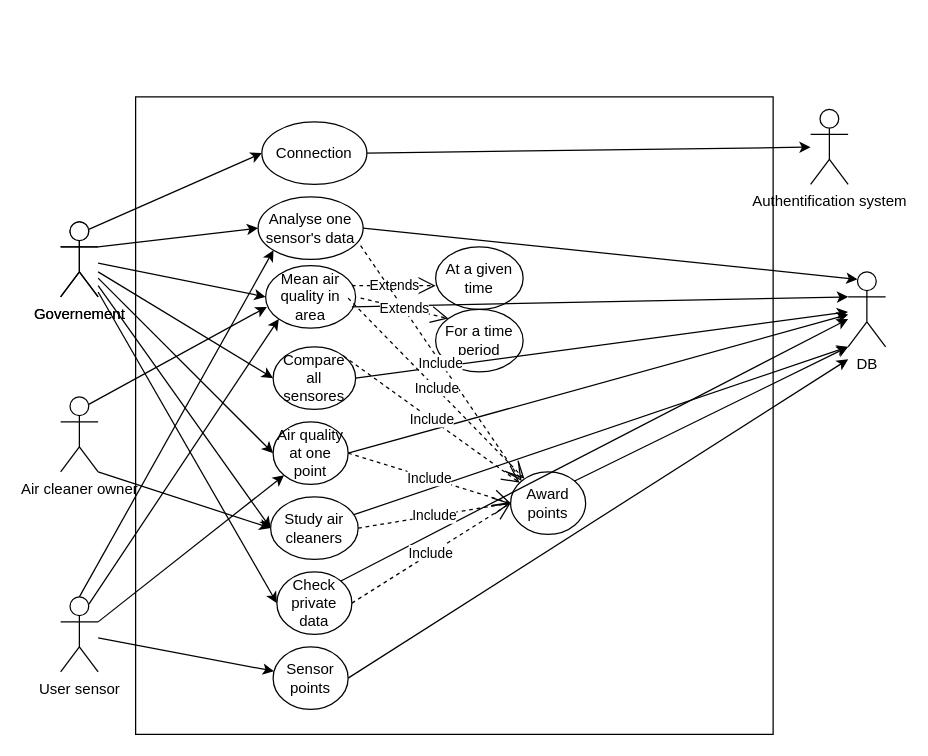
Earlier version of the draw.io diagram use case diagram.drawio (jimmywengzj/GL-TP). Source tidied: cells renumbered, new cells numbered last; positions are measured from the earlier drawing's top-left corner, leaving out a move shared by most shapes. Both pictures are drawn from the tidied source at 125%, with x=0, y=0 at pixel (60, 96).
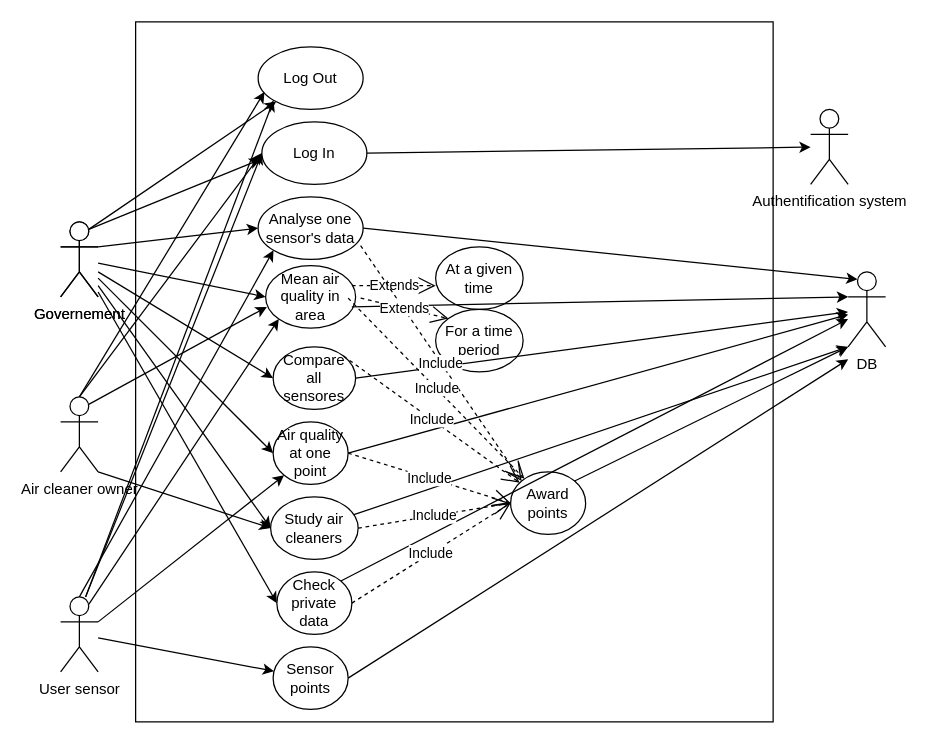
After the change.

The change refers to these unchanged cells:
```xml
<mxCell id="3" value="Governement" style="shape=umlActor;verticalLabelPosition=bottom;verticalAlign=top;html=1;outlineConnect=0;" parent="1" vertex="1">
  <mxGeometry y="100" width="30" height="60" as="geometry" />
</mxCell>
<mxCell id="40" value="Governement" style="shape=umlActor;verticalLabelPosition=bottom;verticalAlign=top;html=1;outlineConnect=0;" parent="1" vertex="1">
  <mxGeometry y="100" width="30" height="60" as="geometry" />
</mxCell>
<mxCell id="41" value="Air cleaner owner" style="shape=umlActor;verticalLabelPosition=bottom;verticalAlign=top;html=1;outlineConnect=0;" parent="1" vertex="1">
  <mxGeometry y="240" width="30" height="60" as="geometry" />
</mxCell>
```

Change to the diagram source:
```diff
@@
-    <mxCell id="2" style="whiteSpace=wrap;html=1;" parent="1" vertex="1">
-      <mxGeometry x="60" width="510" height="510" as="geometry" />
-    </mxCell>
+    <mxCell id="50" style="rounded=0;whiteSpace=wrap;html=1;" parent="1" vertex="1">
+      <mxGeometry x="60" y="-60" width="510" height="560" as="geometry" />
+    </mxCell>
@@
-    <mxCell id="35" value="Connection" style="ellipse;whiteSpace=wrap;html=1;" parent="1" vertex="1">
+    <mxCell id="35" value="Log In" style="ellipse;whiteSpace=wrap;html=1;" parent="1" vertex="1">
       <mxGeometry x="161" y="20" width="84" height="50" as="geometry" />
     </mxCell>
-    <mxCell id="36" style="endArrow=classic;html=1;rounded=0;exitX=0.75;exitY=0.1;exitDx=0;exitDy=0;exitPerimeter=0;entryX=0;entryY=0.5;entryDx=0;entryDy=0;" parent="1" edge="1" source="3" target="35">
-      <mxGeometry relative="1" as="geometry" />
+    <mxCell id="36" style="endArrow=classic;html=1;rounded=0;exitX=0.75;exitY=0.1;exitDx=0;exitDy=0;exitPerimeter=0;" parent="1" edge="1" source="3">
+      <mxGeometry relative="1" as="geometry">
+        <mxPoint x="160" y="50" as="targetPoint" />
+      </mxGeometry>
     </mxCell>
@@
+    <mxCell id="51" style="endArrow=classic;html=1;rounded=0;entryX=0;entryY=0.5;entryDx=0;entryDy=0;" parent="1" edge="1">
+      <mxGeometry relative="1" as="geometry">
+        <mxPoint x="20" y="400" as="sourcePoint" />
+        <mxPoint x="161" y="45" as="targetPoint" />
+      </mxGeometry>
+    </mxCell>
+    <mxCell id="52" style="endArrow=classic;html=1;rounded=0;exitX=0.5;exitY=0;exitDx=0;exitDy=0;exitPerimeter=0;entryX=0;entryY=0.5;entryDx=0;entryDy=0;" parent="1" edge="1" source="41">
+      <mxGeometry relative="1" as="geometry">
+        <mxPoint x="161" y="45" as="targetPoint" />
+      </mxGeometry>
+    </mxCell>
+    <mxCell id="53" value="Log Out" style="ellipse;whiteSpace=wrap;html=1;" parent="1" vertex="1">
+      <mxGeometry x="158" y="-40" width="84" height="50" as="geometry" />
+    </mxCell>
+    <mxCell id="54" style="endArrow=classic;html=1;rounded=0;exitX=0.75;exitY=0.1;exitDx=0;exitDy=0;exitPerimeter=0;" parent="1" edge="1" source="40" target="53">
+      <mxGeometry relative="1" as="geometry" />
+    </mxCell>
+    <mxCell id="55" style="endArrow=classic;html=1;rounded=0;entryX=0.06;entryY=0.72;entryDx=0;entryDy=0;exitX=0.5;exitY=0;exitDx=0;exitDy=0;exitPerimeter=0;entryPerimeter=0;" parent="1" edge="1" source="41" target="53">
+      <mxGeometry relative="1" as="geometry" />
+    </mxCell>
+    <mxCell id="56" style="endArrow=classic;html=1;rounded=0;entryX=0;entryY=1;entryDx=0;entryDy=0;" parent="1" edge="1" target="53">
+      <mxGeometry relative="1" as="geometry">
+        <mxPoint x="20" y="400" as="sourcePoint" />
+      </mxGeometry>
+    </mxCell>
```
